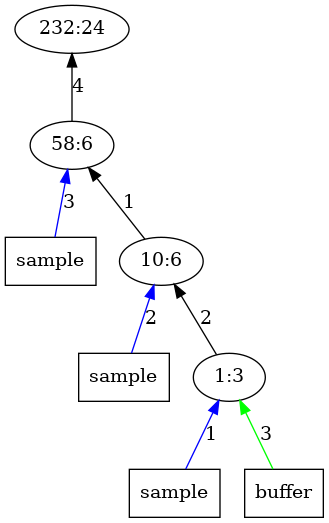
AbhikKhan/MTP_IITG keeps this Graphviz diagram as outputImages/op24.png.png. Above is the earlier version. Its source is kept beside it as outputTrees/op24.dot.
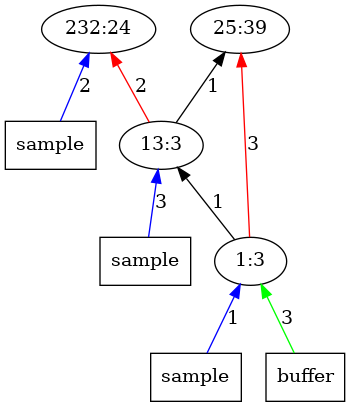
Above is the later version.

Diff of the diagram source:
```diff
@@ -1,15 +1,16 @@
 digraph Tree{
 	rankdir="BT"
+	x11 -> 1 [label = "2", color = "blue"];
+	x11 [label = "sample", shape = "box"];
 	1 [label = "232:24"];
-	2 -> 1 [label = "4", color = "black"];
-	x21 -> 2 [label = "3", color = "blue"];
-	x21 [label = "sample", shape = "box"];
-	2 [label = "58:6"];
+	2 [label = "25:39"];
 	3 -> 2 [label = "1", color = "black"];
-	x31 -> 3 [label = "2", color = "blue"];
+	3 -> 1 [label = "2", color = "red"];
+	x31 -> 3 [label = "3", color = "blue"];
 	x31 [label = "sample", shape = "box"];
-	3 [label = "10:6"];
-	4 -> 3 [label = "2", color = "black"];
+	3 [label = "13:3"];
+	4 -> 3 [label = "1", color = "black"];
+	4 -> 2 [label = "3", color = "red"];
 	x41 -> 4 [label = "1", color = "blue"];
 	x41 [label = "sample", shape = "box"];
 	x42 -> 4 [label = "3", color = "green"];
```
